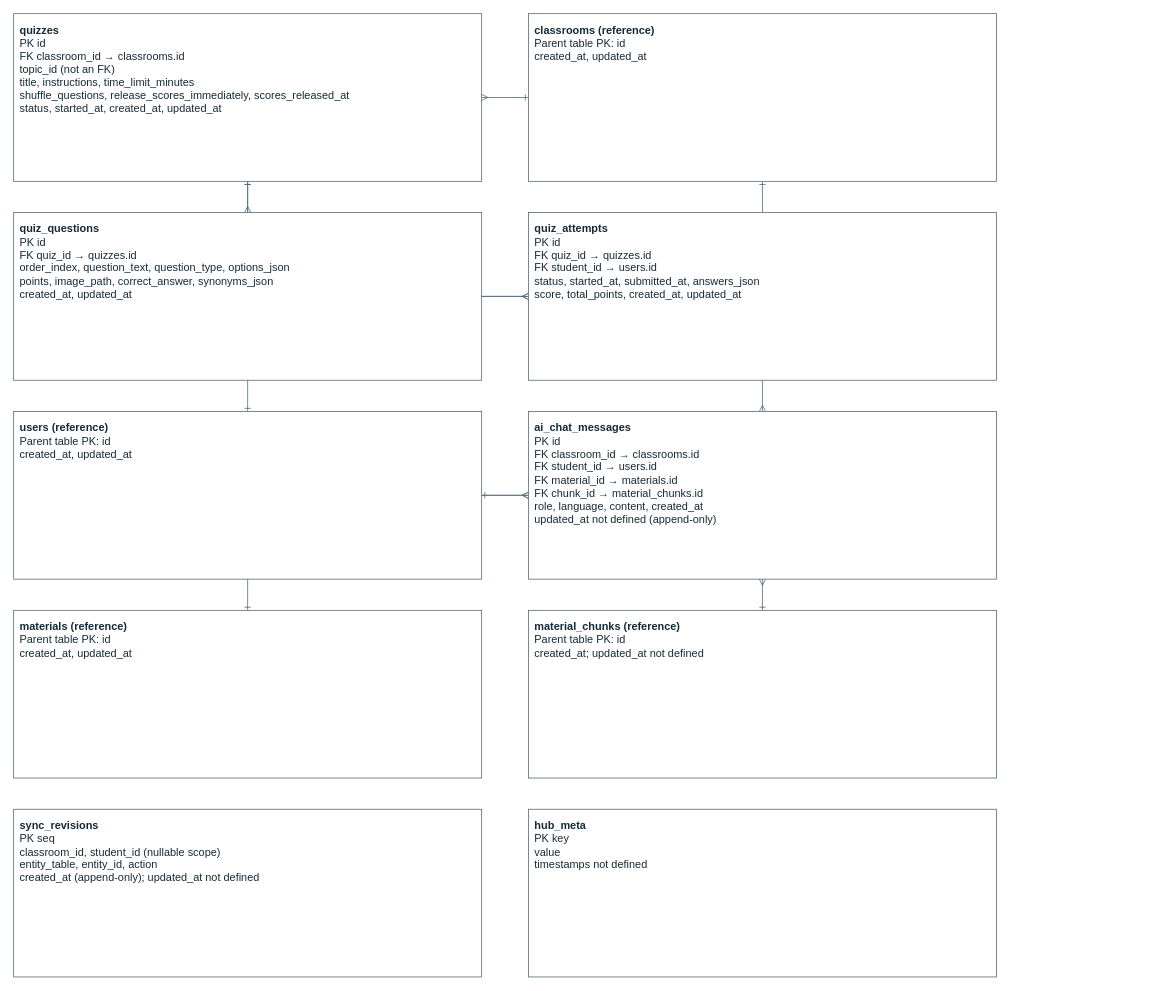
This is docs/thesis/chapter-3/diagrams/erd-quizzes-ai-sync.drawio from BootlegYouki/L.A.R.A, a draw.io file, before an edit. Source tidied: cells renumbered, new cells numbered last; positions are measured from the earlier drawing's top-left corner, leaving out a move shared by most shapes. Both pictures are drawn from the tidied source at 78%, with x=0, y=0 at pixel (13, 13).
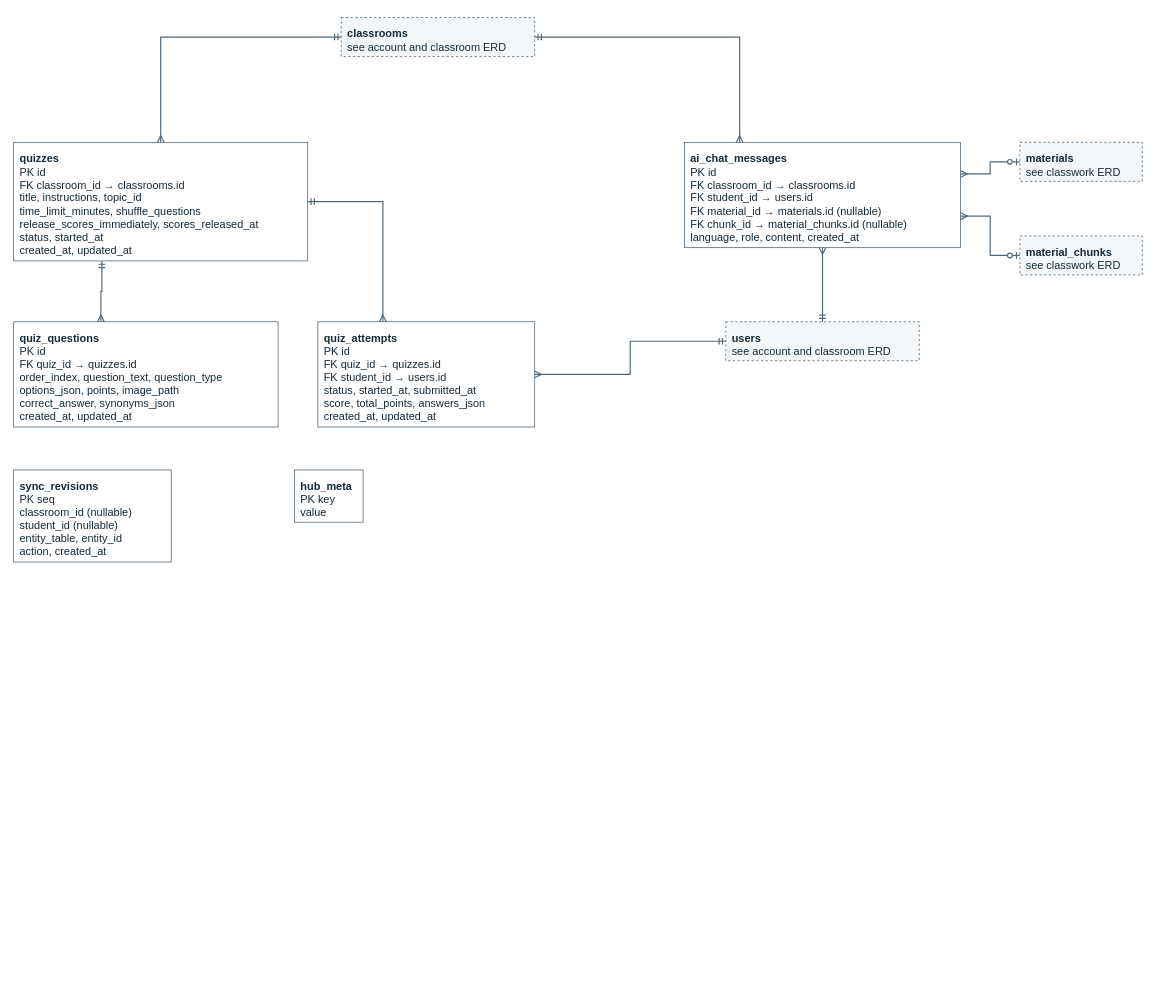
After the change.

Diff of the diagram source:
```diff
@@
 <mxGraphModel>
   <root>
     <mxCell id="0" />
     <mxCell id="1" parent="0" />
-    <mxCell id="2" style="edgeStyle=orthogonalEdgeStyle;rounded=0;jettySize=auto;html=1;strokeColor=#526777;endArrow=ERone;startArrow=ERmany;startFill=0;endFill=0;" parent="1" edge="1" source="10" target="11">
-      <mxGeometry relative="1" as="geometry" />
-    </mxCell>
-    <mxCell id="3" style="edgeStyle=orthogonalEdgeStyle;rounded=0;jettySize=auto;html=1;strokeColor=#526777;endArrow=ERone;startArrow=ERmany;startFill=0;endFill=0;" parent="1" edge="1" source="12" target="10">
-      <mxGeometry relative="1" as="geometry" />
-    </mxCell>
-    <mxCell id="4" style="edgeStyle=orthogonalEdgeStyle;rounded=0;jettySize=auto;html=1;strokeColor=#526777;endArrow=ERone;startArrow=ERmany;startFill=0;endFill=0;" parent="1" edge="1" source="13" target="10">
-      <mxGeometry relative="1" as="geometry" />
-    </mxCell>
-    <mxCell id="5" style="edgeStyle=orthogonalEdgeStyle;rounded=0;jettySize=auto;html=1;strokeColor=#526777;endArrow=ERone;startArrow=ERmany;startFill=0;endFill=0;" parent="1" edge="1" source="13" target="14">
-      <mxGeometry relative="1" as="geometry" />
-    </mxCell>
-    <mxCell id="6" style="edgeStyle=orthogonalEdgeStyle;rounded=0;jettySize=auto;html=1;strokeColor=#526777;endArrow=ERone;startArrow=ERmany;startFill=0;endFill=0;" parent="1" edge="1" source="15" target="11">
-      <mxGeometry relative="1" as="geometry" />
-    </mxCell>
-    <mxCell id="7" style="edgeStyle=orthogonalEdgeStyle;rounded=0;jettySize=auto;html=1;strokeColor=#526777;endArrow=ERone;startArrow=ERmany;startFill=0;endFill=0;" parent="1" edge="1" source="15" target="14">
-      <mxGeometry relative="1" as="geometry" />
-    </mxCell>
-    <mxCell id="8" style="edgeStyle=orthogonalEdgeStyle;rounded=0;jettySize=auto;html=1;strokeColor=#526777;endArrow=ERone;startArrow=ERmany;startFill=0;endFill=0;" parent="1" edge="1" source="15" target="16">
-      <mxGeometry relative="1" as="geometry" />
-    </mxCell>
-    <mxCell id="9" style="edgeStyle=orthogonalEdgeStyle;rounded=0;jettySize=auto;html=1;strokeColor=#526777;endArrow=ERone;startArrow=ERmany;startFill=0;endFill=0;" parent="1" edge="1" source="15" target="17">
-      <mxGeometry relative="1" as="geometry" />
-    </mxCell>
-    <mxCell id="10" value="&lt;b&gt;quizzes&lt;/b&gt;&lt;br&gt;PK id&lt;br&gt;FK classroom_id → classrooms.id&lt;br&gt;topic_id (not an FK)&lt;br&gt;title, instructions, time_limit_minutes&lt;br&gt;shuffle_questions, release_scores_immediately, scores_released_at&lt;br&gt;status, started_at, created_at, updated_at" style="rounded=0;whiteSpace=wrap;html=1;fillColor=#ffffff;strokeColor=#526777;fontColor=#152a38;fontSize=14;align=left;verticalAlign=top;spacing=8;" parent="1" vertex="1">
-      <mxGeometry width="600" height="215" as="geometry" />
-    </mxCell>
-    <mxCell id="11" value="&lt;b&gt;classrooms (reference)&lt;/b&gt;&lt;br&gt;Parent table PK: id&lt;br&gt;created_at, updated_at" style="rounded=0;whiteSpace=wrap;html=1;fillColor=#ffffff;strokeColor=#526777;fontColor=#152a38;fontSize=14;align=left;verticalAlign=top;spacing=8;" parent="1" vertex="1">
-      <mxGeometry x="660" width="600" height="215" as="geometry" />
-    </mxCell>
-    <mxCell id="12" value="&lt;b&gt;quiz_questions&lt;/b&gt;&lt;br&gt;PK id&lt;br&gt;FK quiz_id → quizzes.id&lt;br&gt;order_index, question_text, question_type, options_json&lt;br&gt;points, image_path, correct_answer, synonyms_json&lt;br&gt;created_at, updated_at" style="rounded=0;whiteSpace=wrap;html=1;fillColor=#ffffff;strokeColor=#526777;fontColor=#152a38;fontSize=14;align=left;verticalAlign=top;spacing=8;" parent="1" vertex="1">
-      <mxGeometry y="255" width="600" height="215" as="geometry" />
-    </mxCell>
-    <mxCell id="13" value="&lt;b&gt;quiz_attempts&lt;/b&gt;&lt;br&gt;PK id&lt;br&gt;FK quiz_id → quizzes.id&lt;br&gt;FK student_id → users.id&lt;br&gt;status, started_at, submitted_at, answers_json&lt;br&gt;score, total_points, created_at, updated_at" style="rounded=0;whiteSpace=wrap;html=1;fillColor=#ffffff;strokeColor=#526777;fontColor=#152a38;fontSize=14;align=left;verticalAlign=top;spacing=8;" parent="1" vertex="1">
-      <mxGeometry x="660" y="255" width="600" height="215" as="geometry" />
-    </mxCell>
-    <mxCell id="14" value="&lt;b&gt;users (reference)&lt;/b&gt;&lt;br&gt;Parent table PK: id&lt;br&gt;created_at, updated_at" style="rounded=0;whiteSpace=wrap;html=1;fillColor=#ffffff;strokeColor=#526777;fontColor=#152a38;fontSize=14;align=left;verticalAlign=top;spacing=8;" parent="1" vertex="1">
-      <mxGeometry y="510" width="600" height="215" as="geometry" />
-    </mxCell>
-    <mxCell id="15" value="&lt;b&gt;ai_chat_messages&lt;/b&gt;&lt;br&gt;PK id&lt;br&gt;FK classroom_id → classrooms.id&lt;br&gt;FK student_id → users.id&lt;br&gt;FK material_id → materials.id&lt;br&gt;FK chunk_id → material_chunks.id&lt;br&gt;role, language, content, created_at&lt;br&gt;updated_at not defined (append-only)" style="rounded=0;whiteSpace=wrap;html=1;fillColor=#ffffff;strokeColor=#526777;fontColor=#152a38;fontSize=14;align=left;verticalAlign=top;spacing=8;" parent="1" vertex="1">
-      <mxGeometry x="660" y="510" width="600" height="215" as="geometry" />
-    </mxCell>
-    <mxCell id="16" value="&lt;b&gt;materials (reference)&lt;/b&gt;&lt;br&gt;Parent table PK: id&lt;br&gt;created_at, updated_at" style="rounded=0;whiteSpace=wrap;html=1;fillColor=#ffffff;strokeColor=#526777;fontColor=#152a38;fontSize=14;align=left;verticalAlign=top;spacing=8;" parent="1" vertex="1">
-      <mxGeometry y="765" width="600" height="215" as="geometry" />
-    </mxCell>
-    <mxCell id="17" value="&lt;b&gt;material_chunks (reference)&lt;/b&gt;&lt;br&gt;Parent table PK: id&lt;br&gt;created_at; updated_at not defined" style="rounded=0;whiteSpace=wrap;html=1;fillColor=#ffffff;strokeColor=#526777;fontColor=#152a38;fontSize=14;align=left;verticalAlign=top;spacing=8;" parent="1" vertex="1">
-      <mxGeometry x="660" y="765" width="600" height="215" as="geometry" />
-    </mxCell>
-    <mxCell id="18" value="&lt;b&gt;sync_revisions&lt;/b&gt;&lt;br&gt;PK seq&lt;br&gt;classroom_id, student_id (nullable scope)&lt;br&gt;entity_table, entity_id, action&lt;br&gt;created_at (append-only); updated_at not defined" style="rounded=0;whiteSpace=wrap;html=1;fillColor=#ffffff;strokeColor=#526777;fontColor=#152a38;fontSize=14;align=left;verticalAlign=top;spacing=8;" parent="1" vertex="1">
-      <mxGeometry y="1020" width="600" height="215" as="geometry" />
-    </mxCell>
-    <mxCell id="19" value="&lt;b&gt;hub_meta&lt;/b&gt;&lt;br&gt;PK key&lt;br&gt;value&lt;br&gt;timestamps not defined" style="rounded=0;whiteSpace=wrap;html=1;fillColor=#ffffff;strokeColor=#526777;fontColor=#152a38;fontSize=14;align=left;verticalAlign=top;spacing=8;" parent="1" vertex="1">
-      <mxGeometry x="660" y="1020" width="600" height="215" as="geometry" />
-    </mxCell>
+    <mxCell id="20" value="&lt;b&gt;quizzes&lt;/b&gt;&lt;br&gt;PK id&lt;br&gt;FK classroom_id → classrooms.id&lt;br&gt;title, instructions, topic_id&lt;br&gt;time_limit_minutes, shuffle_questions&lt;br&gt;release_scores_immediately, scores_released_at&lt;br&gt;status, started_at&lt;br&gt;created_at, updated_at" style="rounded=0;whiteSpace=wrap;html=1;fillColor=#ffffff;strokeColor=#526777;fontColor=#152a38;fontSize=14;align=left;verticalAlign=top;spacing=8;" parent="1" vertex="1">
+      <mxGeometry y="165" width="377" height="152" as="geometry" />
+    </mxCell>
+    <mxCell id="21" value="&lt;b&gt;quiz_questions&lt;/b&gt;&lt;br&gt;PK id&lt;br&gt;FK quiz_id → quizzes.id&lt;br&gt;order_index, question_text, question_type&lt;br&gt;options_json, points, image_path&lt;br&gt;correct_answer, synonyms_json&lt;br&gt;created_at, updated_at" style="rounded=0;whiteSpace=wrap;html=1;fillColor=#ffffff;strokeColor=#526777;fontColor=#152a38;fontSize=14;align=left;verticalAlign=top;spacing=8;" parent="1" vertex="1">
+      <mxGeometry y="395" width="339" height="135" as="geometry" />
+    </mxCell>
+    <mxCell id="22" value="&lt;b&gt;quiz_attempts&lt;/b&gt;&lt;br&gt;PK id&lt;br&gt;FK quiz_id → quizzes.id&lt;br&gt;FK student_id → users.id&lt;br&gt;status, started_at, submitted_at&lt;br&gt;score, total_points, answers_json&lt;br&gt;created_at, updated_at" style="rounded=0;whiteSpace=wrap;html=1;fillColor=#ffffff;strokeColor=#526777;fontColor=#152a38;fontSize=14;align=left;verticalAlign=top;spacing=8;" parent="1" vertex="1">
+      <mxGeometry x="390" y="395" width="278" height="135" as="geometry" />
+    </mxCell>
+    <mxCell id="23" value="&lt;b&gt;ai_chat_messages&lt;/b&gt;&lt;br&gt;PK id&lt;br&gt;FK classroom_id → classrooms.id&lt;br&gt;FK student_id → users.id&lt;br&gt;FK material_id → materials.id (nullable)&lt;br&gt;FK chunk_id → material_chunks.id (nullable)&lt;br&gt;language, role, content, created_at" style="rounded=0;whiteSpace=wrap;html=1;fillColor=#ffffff;strokeColor=#526777;fontColor=#152a38;fontSize=14;align=left;verticalAlign=top;spacing=8;" parent="1" vertex="1">
+      <mxGeometry x="860" y="165" width="354" height="135" as="geometry" />
+    </mxCell>
+    <mxCell id="24" value="&lt;b&gt;sync_revisions&lt;/b&gt;&lt;br&gt;PK seq&lt;br&gt;classroom_id (nullable)&lt;br&gt;student_id (nullable)&lt;br&gt;entity_table, entity_id&lt;br&gt;action, created_at" style="rounded=0;whiteSpace=wrap;html=1;fillColor=#ffffff;strokeColor=#526777;fontColor=#152a38;fontSize=14;align=left;verticalAlign=top;spacing=8;" parent="1" vertex="1">
+      <mxGeometry y="585" width="202" height="118" as="geometry" />
+    </mxCell>
+    <mxCell id="25" value="&lt;b&gt;hub_meta&lt;/b&gt;&lt;br&gt;PK key&lt;br&gt;value" style="rounded=0;whiteSpace=wrap;html=1;fillColor=#ffffff;strokeColor=#526777;fontColor=#152a38;fontSize=14;align=left;verticalAlign=top;spacing=8;" parent="1" vertex="1">
+      <mxGeometry x="360" y="585" width="88" height="67" as="geometry" />
+    </mxCell>
+    <mxCell id="26" value="&lt;b&gt;classrooms&lt;/b&gt;&lt;br&gt;see account and classroom ERD" style="rounded=0;whiteSpace=wrap;html=1;fillColor=#f4f7f9;strokeColor=#526777;fontColor=#152a38;fontSize=14;align=left;verticalAlign=top;spacing=8;dashed=1;" parent="1" vertex="1">
+      <mxGeometry x="420" y="5" width="248" height="50" as="geometry" />
+    </mxCell>
+    <mxCell id="27" value="&lt;b&gt;users&lt;/b&gt;&lt;br&gt;see account and classroom ERD" style="rounded=0;whiteSpace=wrap;html=1;fillColor=#f4f7f9;strokeColor=#526777;fontColor=#152a38;fontSize=14;align=left;verticalAlign=top;spacing=8;dashed=1;" parent="1" vertex="1">
+      <mxGeometry x="913" y="395" width="248" height="50" as="geometry" />
+    </mxCell>
+    <mxCell id="28" value="&lt;b&gt;materials&lt;/b&gt;&lt;br&gt;see classwork ERD" style="rounded=0;whiteSpace=wrap;html=1;fillColor=#f4f7f9;strokeColor=#526777;fontColor=#152a38;fontSize=14;align=left;verticalAlign=top;spacing=8;dashed=1;" parent="1" vertex="1">
+      <mxGeometry x="1290" y="165" width="157" height="50" as="geometry" />
+    </mxCell>
+    <mxCell id="29" value="&lt;b&gt;material_chunks&lt;/b&gt;&lt;br&gt;see classwork ERD" style="rounded=0;whiteSpace=wrap;html=1;fillColor=#f4f7f9;strokeColor=#526777;fontColor=#152a38;fontSize=14;align=left;verticalAlign=top;spacing=8;dashed=1;" parent="1" vertex="1">
+      <mxGeometry x="1290" y="285" width="157" height="50" as="geometry" />
+    </mxCell>
+    <mxCell id="30" style="edgeStyle=orthogonalEdgeStyle;rounded=0;html=1;strokeColor=#526777;strokeWidth=1.5;startArrow=ERmandOne;endArrow=ERmany;startFill=0;endFill=0;fontSize=11;fontColor=#526777;labelBackgroundColor=#ffffff;exitX=0;exitY=0.5;exitDx=0;exitDy=0;entryX=0.5;entryY=0;entryDx=0;entryDy=0;" parent="1" edge="1" source="26" target="20">
+      <mxGeometry relative="1" as="geometry" />
+    </mxCell>
+    <mxCell id="31" style="edgeStyle=orthogonalEdgeStyle;rounded=0;html=1;strokeColor=#526777;strokeWidth=1.5;startArrow=ERmandOne;endArrow=ERmany;startFill=0;endFill=0;fontSize=11;fontColor=#526777;labelBackgroundColor=#ffffff;exitX=1;exitY=0.5;exitDx=0;exitDy=0;entryX=0.2;entryY=0;entryDx=0;entryDy=0;" parent="1" edge="1" source="26" target="23">
+      <mxGeometry relative="1" as="geometry" />
+    </mxCell>
+    <mxCell id="32" style="edgeStyle=orthogonalEdgeStyle;rounded=0;html=1;strokeColor=#526777;strokeWidth=1.5;startArrow=ERmandOne;endArrow=ERmany;startFill=0;endFill=0;fontSize=11;fontColor=#526777;labelBackgroundColor=#ffffff;exitX=0.3;exitY=1;exitDx=0;exitDy=0;entryX=0.33;entryY=0;entryDx=0;entryDy=0;" parent="1" edge="1" source="20" target="21">
+      <mxGeometry relative="1" as="geometry" />
+    </mxCell>
+    <mxCell id="33" style="edgeStyle=orthogonalEdgeStyle;rounded=0;html=1;strokeColor=#526777;strokeWidth=1.5;startArrow=ERmandOne;endArrow=ERmany;startFill=0;endFill=0;fontSize=11;fontColor=#526777;labelBackgroundColor=#ffffff;exitX=1;exitY=0.5;exitDx=0;exitDy=0;entryX=0.3;entryY=0;entryDx=0;entryDy=0;" parent="1" edge="1" source="20" target="22">
+      <mxGeometry relative="1" as="geometry" />
+    </mxCell>
+    <mxCell id="34" style="edgeStyle=orthogonalEdgeStyle;rounded=0;html=1;strokeColor=#526777;strokeWidth=1.5;startArrow=ERmandOne;endArrow=ERmany;startFill=0;endFill=0;fontSize=11;fontColor=#526777;labelBackgroundColor=#ffffff;exitX=0;exitY=0.5;exitDx=0;exitDy=0;entryX=1;entryY=0.5;entryDx=0;entryDy=0;" parent="1" edge="1" source="27" target="22">
+      <mxGeometry relative="1" as="geometry" />
+    </mxCell>
+    <mxCell id="35" style="edgeStyle=orthogonalEdgeStyle;rounded=0;html=1;strokeColor=#526777;strokeWidth=1.5;startArrow=ERmandOne;endArrow=ERmany;startFill=0;endFill=0;fontSize=11;fontColor=#526777;labelBackgroundColor=#ffffff;exitX=0.5;exitY=0;exitDx=0;exitDy=0;entryX=0.5;entryY=1;entryDx=0;entryDy=0;" parent="1" edge="1" source="27" target="23">
+      <mxGeometry relative="1" as="geometry" />
+    </mxCell>
+    <mxCell id="36" style="edgeStyle=orthogonalEdgeStyle;rounded=0;html=1;strokeColor=#526777;strokeWidth=1.5;startArrow=ERzeroToOne;endArrow=ERmany;startFill=0;endFill=0;fontSize=11;fontColor=#526777;labelBackgroundColor=#ffffff;exitX=0;exitY=0.5;exitDx=0;exitDy=0;entryX=1;entryY=0.3;entryDx=0;entryDy=0;" parent="1" edge="1" source="28" target="23">
+      <mxGeometry relative="1" as="geometry" />
+    </mxCell>
+    <mxCell id="37" style="edgeStyle=orthogonalEdgeStyle;rounded=0;html=1;strokeColor=#526777;strokeWidth=1.5;startArrow=ERzeroToOne;endArrow=ERmany;startFill=0;endFill=0;fontSize=11;fontColor=#526777;labelBackgroundColor=#ffffff;exitX=0;exitY=0.5;exitDx=0;exitDy=0;entryX=1;entryY=0.7;entryDx=0;entryDy=0;" parent="1" edge="1" source="29" target="23">
+      <mxGeometry relative="1" as="geometry" />
+    </mxCell>
   </root>
 </mxGraphModel>
```
